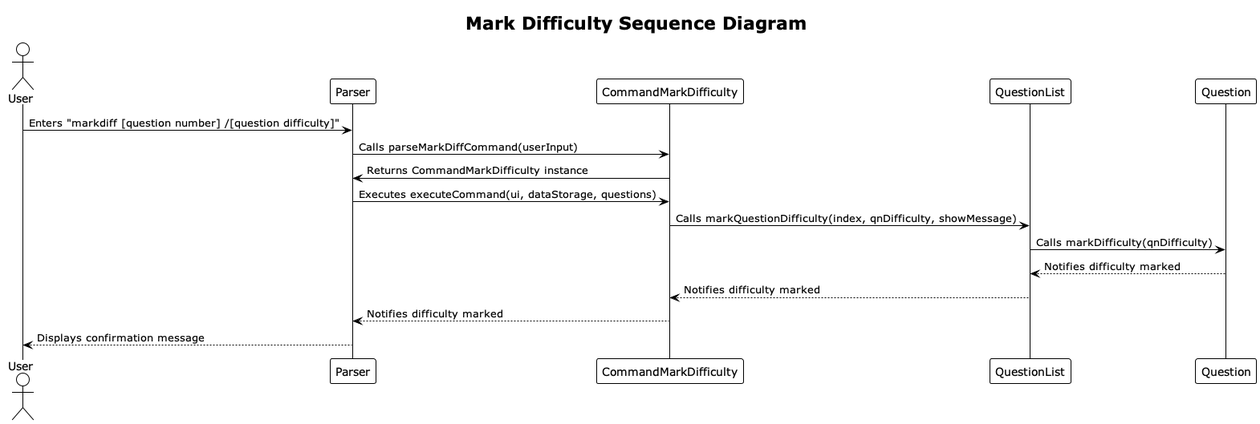
This is docs/UML/Commands/commandMarkDiffSequence.png from nus-cs2113-AY2324S1/tp, a PlantUML export, as it was before one commit. The source it was exported from:
```plantuml
@startuml
!theme plain

title Mark Difficulty Sequence Diagram
actor User
participant Parser
participant CommandMarkDifficulty
participant QuestionList
participant Question

User -> Parser: Enters "markdiff [question number] /[question difficulty]"
Parser -> CommandMarkDifficulty: Calls parseMarkDiffCommand(userInput)
CommandMarkDifficulty -> Parser: Returns CommandMarkDifficulty instance
Parser -> CommandMarkDifficulty: Executes executeCommand(ui, dataStorage, questions)
CommandMarkDifficulty -> QuestionList: Calls markQuestionDifficulty(index, qnDifficulty, showMessage)
QuestionList -> Question: Calls markDifficulty(qnDifficulty)
Question --> QuestionList: Notifies difficulty marked
QuestionList --> CommandMarkDifficulty: Notifies difficulty marked
CommandMarkDifficulty --> Parser: Notifies difficulty marked
Parser --> User: Displays confirmation message

@enduml
```
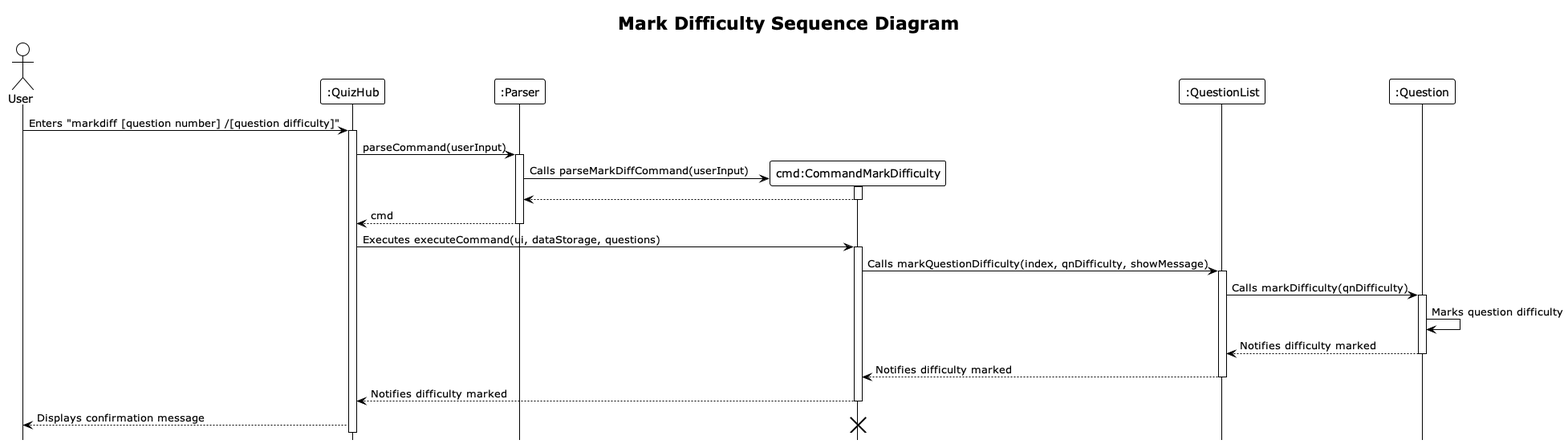
Above is the later version.

Commit message:
Update DG Command Markdiff sequence diagram

The edit, as a diff of the source:
```diff
@@ -1,22 +1,40 @@
 @startuml
 !theme plain
+hide footbox
+title Mark Difficulty Sequence Diagram
 
-title Mark Difficulty Sequence Diagram
 actor User
-participant Parser
-participant CommandMarkDifficulty
-participant QuestionList
-participant Question
+participant QuizHub as ":QuizHub"
+participant Parser as ":Parser"
+participant CommandMarkDifficulty as "cmd:CommandMarkDifficulty"
+participant QuestionList as ":QuestionList"
+participant Question as ":Question"
 
-User -> Parser: Enters "markdiff [question number] /[question difficulty]"
+User -> QuizHub: Enters "markdiff [question number] /[question difficulty]"
+activate QuizHub
+QuizHub -> Parser : parseCommand(userInput)
+activate Parser
+create CommandMarkDifficulty
 Parser -> CommandMarkDifficulty: Calls parseMarkDiffCommand(userInput)
-CommandMarkDifficulty -> Parser: Returns CommandMarkDifficulty instance
-Parser -> CommandMarkDifficulty: Executes executeCommand(ui, dataStorage, questions)
+activate CommandMarkDifficulty
+CommandMarkDifficulty --> Parser
+deactivate CommandMarkDifficulty
+Parser --> QuizHub : cmd
+deactivate Parser
+QuizHub -> CommandMarkDifficulty: Executes executeCommand(ui, dataStorage, questions)
+activate CommandMarkDifficulty
 CommandMarkDifficulty -> QuestionList: Calls markQuestionDifficulty(index, qnDifficulty, showMessage)
+activate QuestionList
 QuestionList -> Question: Calls markDifficulty(qnDifficulty)
+activate Question
+Question -> Question: Marks question difficulty
 Question --> QuestionList: Notifies difficulty marked
+deactivate Question
 QuestionList --> CommandMarkDifficulty: Notifies difficulty marked
-CommandMarkDifficulty --> Parser: Notifies difficulty marked
-Parser --> User: Displays confirmation message
+deactivate QuestionList
+CommandMarkDifficulty --> QuizHub: Notifies difficulty marked
+deactivate CommandMarkDifficulty
+QuizHub --> User: Displays confirmation message
+destroy CommandMarkDifficulty
 
 @enduml
```
